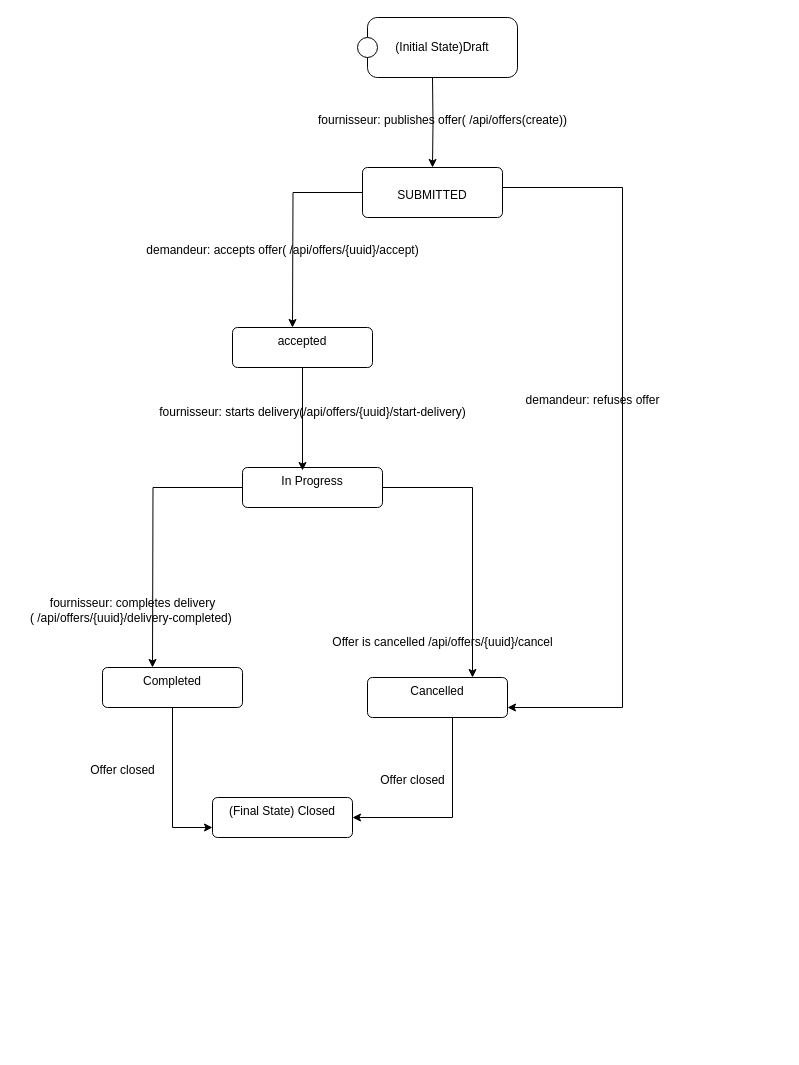
LeloKarma/website keeps this draw.io diagram as stateTransition.drawio. Above is the earlier version. Source tidied: cells renumbered, new cells numbered last; positions are measured from the earlier drawing's top-left corner, leaving out a move shared by most shapes. Both pictures are drawn from the tidied source at 100%, with x=0, y=0 at pixel (17, 17).
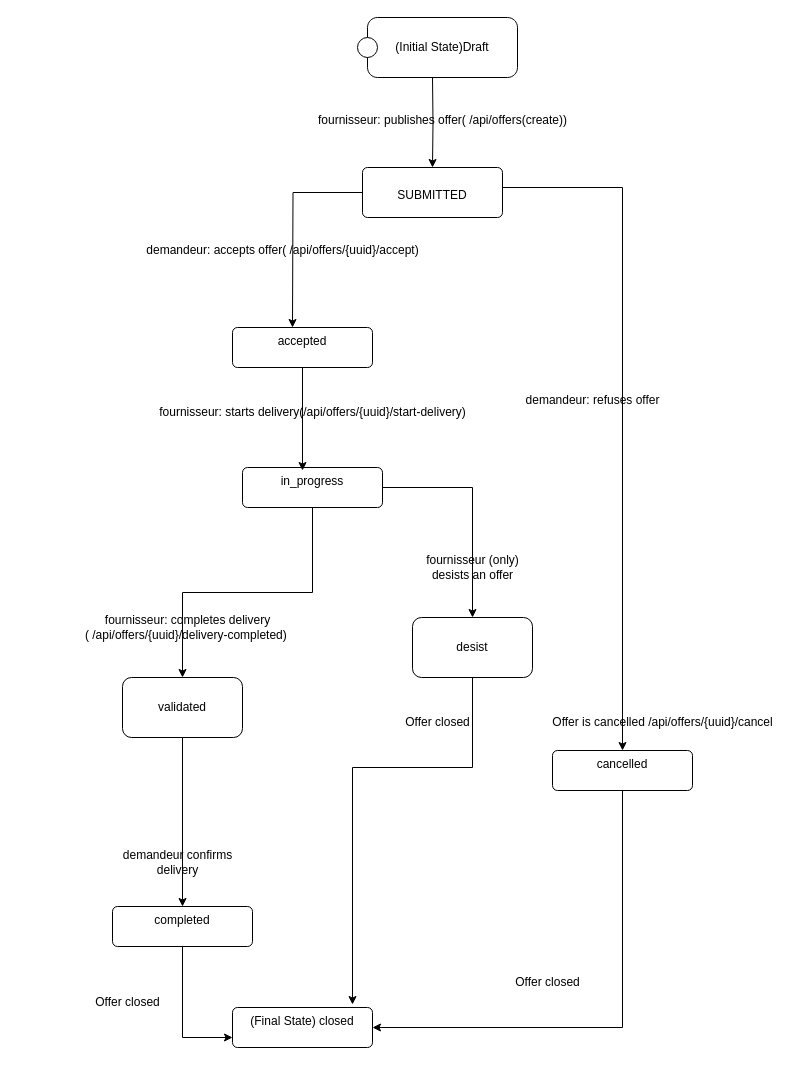
The same diagram, later.

Unchanged cells that the change refers to:
```xml
<mxCell id="4" value="&lt;div&gt;&lt;br&gt;&lt;/div&gt;&lt;div&gt;SUBMITTED&lt;/div&gt;" style="html=1;align=center;verticalAlign=top;rounded=1;absoluteArcSize=1;arcSize=10;dashed=0;whiteSpace=wrap;" parent="1" vertex="1">
  <mxGeometry x="345" y="150" width="140" height="50" as="geometry" />
</mxCell>
```

Diff of the diagram source:
```diff
@@
-    <mxCell id="3" style="edgeStyle=orthogonalEdgeStyle;rounded=0;jettySize=auto;html=1;entryX=1;entryY=0.75;entryDx=0;entryDy=0;" parent="1" edge="1" source="4" target="16">
+    <mxCell id="3" style="edgeStyle=orthogonalEdgeStyle;rounded=0;jettySize=auto;html=1;entryX=0.5;entryY=0;entryDx=0;entryDy=0;" parent="1" edge="1" source="4" target="16">
       <mxGeometry relative="1" as="geometry">
         <Array as="points">
           <mxPoint x="605" y="170" />
-          <mxPoint x="605" y="690" />
         </Array>
       </mxGeometry>
     </mxCell>
@@
-    <mxCell id="10" style="edgeStyle=orthogonalEdgeStyle;rounded=0;jettySize=auto;html=1;" parent="1" edge="1" source="12">
-      <mxGeometry relative="1" as="geometry">
-        <mxPoint x="135" y="650" as="targetPoint" />
-      </mxGeometry>
+    <mxCell id="10" style="edgeStyle=orthogonalEdgeStyle;rounded=0;jettySize=auto;html=1;" parent="1" edge="1" source="12" target="29">
+      <mxGeometry relative="1" as="geometry" />
     </mxCell>
-    <mxCell id="11" style="edgeStyle=orthogonalEdgeStyle;rounded=0;jettySize=auto;html=1;entryX=0.75;entryY=0;entryDx=0;entryDy=0;" parent="1" edge="1" source="12" target="16">
-      <mxGeometry relative="1" as="geometry">
-        <Array as="points">
-          <mxPoint x="455" y="470" />
-        </Array>
-      </mxGeometry>
-    </mxCell>
+    <mxCell id="25" style="edgeStyle=orthogonalEdgeStyle;rounded=0;jettySize=auto;html=1;entryX=0.5;entryY=0;entryDx=0;entryDy=0;" parent="1" edge="1" source="12" target="26">
+      <mxGeometry relative="1" as="geometry" />
+    </mxCell>
-    <mxCell id="12" value="In Progress" style="html=1;align=center;verticalAlign=top;rounded=1;absoluteArcSize=1;arcSize=10;dashed=0;whiteSpace=wrap;" parent="1" vertex="1">
+    <mxCell id="12" value="in_progress&lt;div&gt;&lt;br&gt;&lt;/div&gt;" style="html=1;align=center;verticalAlign=top;rounded=1;absoluteArcSize=1;arcSize=10;dashed=0;whiteSpace=wrap;" parent="1" vertex="1">
       <mxGeometry x="225" y="450" width="140" height="40" as="geometry" />
     </mxCell>
@@
     <mxCell id="15" style="edgeStyle=orthogonalEdgeStyle;rounded=0;jettySize=auto;html=1;entryX=1;entryY=0.5;entryDx=0;entryDy=0;" parent="1" edge="1" source="16" target="20">
       <mxGeometry relative="1" as="geometry">
         <Array as="points">
-          <mxPoint x="435" y="800" />
+          <mxPoint x="605" y="1010" />
         </Array>
       </mxGeometry>
     </mxCell>
-    <mxCell id="16" value="Cancelled" style="html=1;align=center;verticalAlign=top;rounded=1;absoluteArcSize=1;arcSize=10;dashed=0;whiteSpace=wrap;" parent="1" vertex="1">
-      <mxGeometry x="350" y="660" width="140" height="40" as="geometry" />
+    <mxCell id="16" value="cancelled" style="html=1;align=center;verticalAlign=top;rounded=1;absoluteArcSize=1;arcSize=10;dashed=0;whiteSpace=wrap;" parent="1" vertex="1">
+      <mxGeometry x="535" y="733" width="140" height="40" as="geometry" />
     </mxCell>
@@
-    <mxCell id="18" value="Completed" style="html=1;align=center;verticalAlign=top;rounded=1;absoluteArcSize=1;arcSize=10;dashed=0;whiteSpace=wrap;" parent="1" vertex="1">
-      <mxGeometry x="85" y="650" width="140" height="40" as="geometry" />
+    <mxCell id="18" value="completed" style="html=1;align=center;verticalAlign=top;rounded=1;absoluteArcSize=1;arcSize=10;dashed=0;whiteSpace=wrap;" parent="1" vertex="1">
+      <mxGeometry x="95" y="889" width="140" height="40" as="geometry" />
     </mxCell>
     <mxCell id="19" value="fournisseur: completes delivery&lt;div&gt;( /api/offers/{uuid}/delivery-completed)&amp;nbsp;&lt;/div&gt;" style="text;html=1;align=center;verticalAlign=middle;strokeColor=none;fillColor=none;" parent="1" vertex="1">
-      <mxGeometry y="573" width="230" height="40" as="geometry" />
+      <mxGeometry x="55" y="590" width="230" height="40" as="geometry" />
     </mxCell>
-    <mxCell id="20" value="(Final State) Closed" style="html=1;align=center;verticalAlign=top;rounded=1;absoluteArcSize=1;arcSize=10;dashed=0;whiteSpace=wrap;" parent="1" vertex="1">
-      <mxGeometry x="195" y="780" width="140" height="40" as="geometry" />
+    <mxCell id="20" value="(Final State) closed" style="html=1;align=center;verticalAlign=top;rounded=1;absoluteArcSize=1;arcSize=10;dashed=0;whiteSpace=wrap;" parent="1" vertex="1">
+      <mxGeometry x="215" y="990" width="140" height="40" as="geometry" />
     </mxCell>
     <mxCell id="21" value="Offer closed" style="text;html=1;align=center;verticalAlign=middle;strokeColor=none;fillColor=none;" parent="1" vertex="1">
-      <mxGeometry x="350" y="748" width="90" height="30" as="geometry" />
+      <mxGeometry x="375" y="690" width="90" height="30" as="geometry" />
     </mxCell>
     <mxCell id="22" value="Offer closed" style="text;html=1;align=center;verticalAlign=middle;strokeColor=none;fillColor=none;" parent="1" vertex="1">
-      <mxGeometry x="60" y="738" width="90" height="30" as="geometry" />
+      <mxGeometry x="65" y="970" width="90" height="30" as="geometry" />
     </mxCell>
     <mxCell id="23" value="Offer is cancelled /api/offers/{uuid}/cancel" style="text;html=1;align=center;verticalAlign=middle;strokeColor=none;fillColor=none;" parent="1" vertex="1">
-      <mxGeometry x="305" y="610" width="240" height="30" as="geometry" />
+      <mxGeometry x="525" y="690" width="240" height="30" as="geometry" />
     </mxCell>
@@
+    <mxCell id="26" value="desist" style="rounded=1;whiteSpace=wrap;html=1;" parent="1" vertex="1">
+      <mxGeometry x="395" y="600" width="120" height="60" as="geometry" />
+    </mxCell>
+    <mxCell id="27" style="edgeStyle=orthogonalEdgeStyle;rounded=0;jettySize=auto;html=1;" parent="1" edge="1" source="26">
+      <mxGeometry relative="1" as="geometry">
+        <mxPoint x="335" y="987" as="targetPoint" />
+        <Array as="points">
+          <mxPoint x="455" y="750" />
+          <mxPoint x="335" y="750" />
+        </Array>
+      </mxGeometry>
+    </mxCell>
+    <mxCell id="28" value="Offer closed" style="text;html=1;align=center;verticalAlign=middle;strokeColor=none;fillColor=none;" parent="1" vertex="1">
+      <mxGeometry x="485" y="950" width="90" height="30" as="geometry" />
+    </mxCell>
+    <mxCell id="29" value="validated" style="rounded=1;whiteSpace=wrap;html=1;" parent="1" vertex="1">
+      <mxGeometry x="105" y="660" width="120" height="60" as="geometry" />
+    </mxCell>
+    <mxCell id="30" style="edgeStyle=orthogonalEdgeStyle;rounded=0;jettySize=auto;html=1;entryX=0.5;entryY=0;entryDx=0;entryDy=0;" parent="1" edge="1" source="29" target="18">
+      <mxGeometry relative="1" as="geometry" />
+    </mxCell>
+    <mxCell id="31" value="demandeur confirms&lt;div&gt;delivery&lt;/div&gt;" style="text;html=1;align=center;verticalAlign=middle;strokeColor=none;fillColor=none;" parent="1" vertex="1">
+      <mxGeometry x="95" y="825" width="130" height="40" as="geometry" />
+    </mxCell>
+    <mxCell id="32" value="fournisseur (only)&lt;div&gt;desists an offer&lt;/div&gt;" style="text;html=1;align=center;verticalAlign=middle;strokeColor=none;fillColor=none;" parent="1" vertex="1">
+      <mxGeometry x="395" y="530" width="120" height="40" as="geometry" />
+    </mxCell>
```
